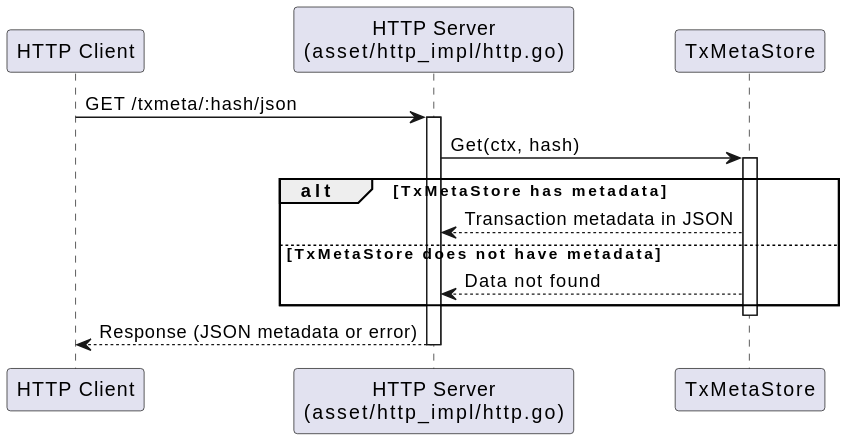
The PlantUML diagram docs/services/img/plantuml/assetserver/asset_server_http_get_transaction_meta.svg in freemans13/teranode, before a commit. Its source is kept beside it as docs/services/img/plantuml/assetserver/asset_server_http_get_transaction_meta.puml. Source of this version:
```plantuml
@startuml
participant "HTTP Client" as Client
participant "HTTP Server\n(asset/http_impl/http.go)" as HTTPServer
participant "TxMetaStore" as MetaStore

Client -> HTTPServer : GET /txmeta/:hash/json
activate HTTPServer

HTTPServer -> MetaStore : Get(ctx, hash)
activate MetaStore
alt TxMetaStore has metadata
    MetaStore --> HTTPServer : Transaction metadata in JSON
else TxMetaStore does not have metadata
    MetaStore --> HTTPServer : Data not found
end
deactivate MetaStore

HTTPServer --> Client : Response (JSON metadata or error)
deactivate HTTPServer
@enduml
```
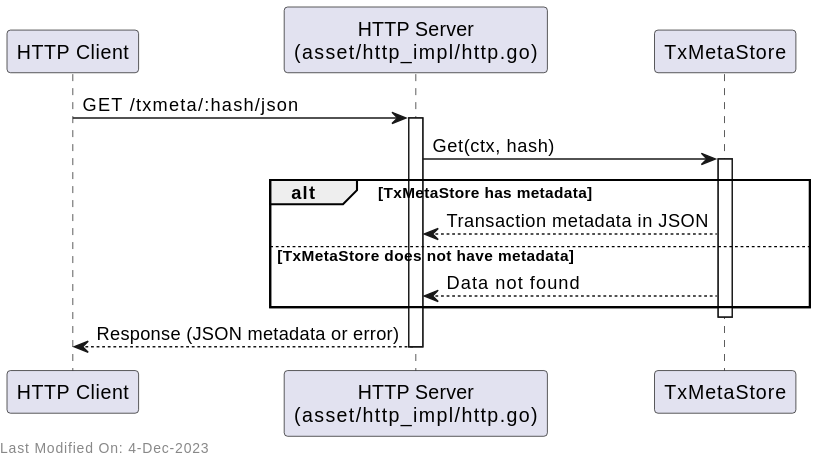
After the change.

The edit, as a diff of the source:
```diff
@@ -17,4 +17,7 @@
 
 HTTPServer --> Client : Response (JSON metadata or error)
 deactivate HTTPServer
+
+left footer Last Modified On: 4-Dec-2023
+
 @enduml
```
